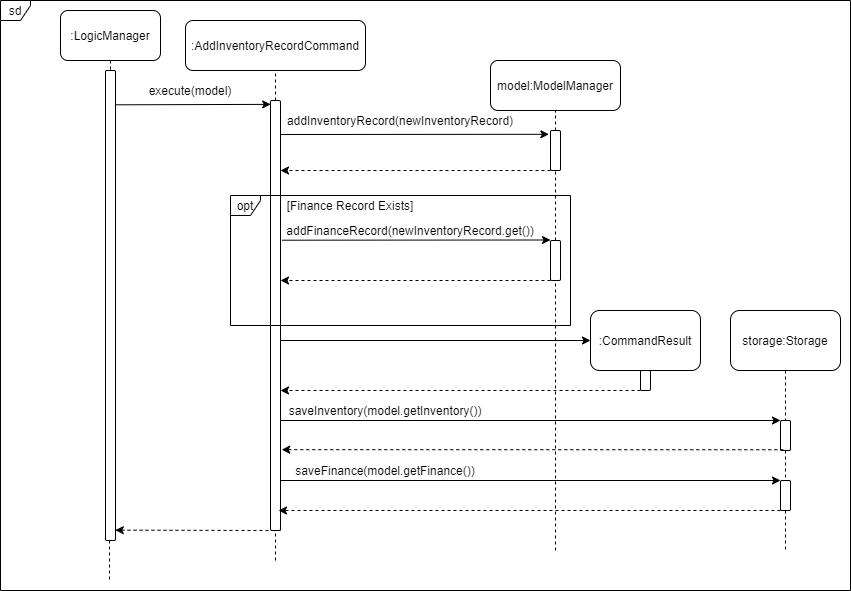
This is docs/images/InventoryCommandExecuteSequence.png from nus-cs2103-AY2021S1/tp, a draw.io export, as it was before one commit. Source tidied: cells renumbered, new cells last; positions are measured from the earlier drawing's top-left corner, leaving out a move shared by most shapes.
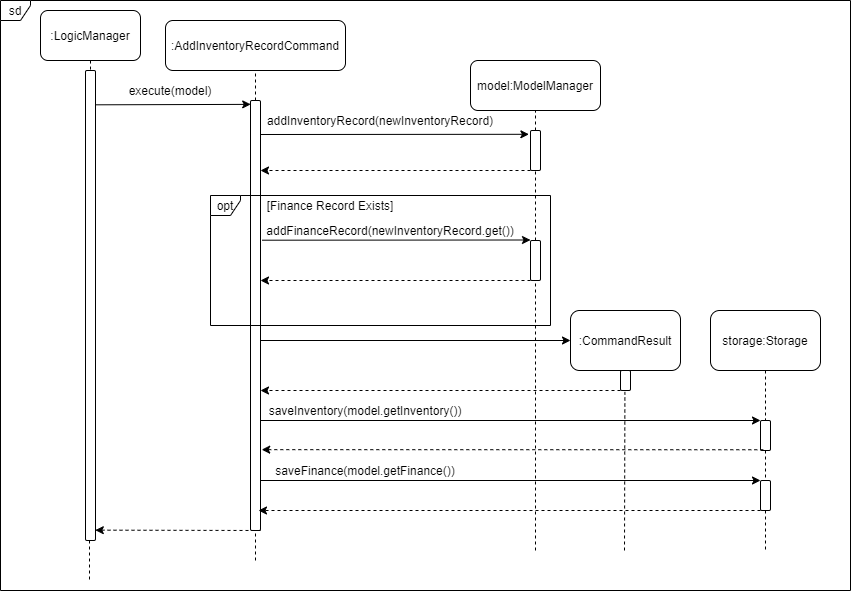
The same diagram one commit later.

The edit, as a diff of the source:
```diff
@@ -111,7 +111,7 @@
       </mxGeometry>
     </mxCell>
     <mxCell id="30" value="sd" style="shape=umlFrame;whiteSpace=wrap;html=1;rounded=1;width=30;height=20;" parent="1" vertex="1">
-      <mxGeometry width="850" height="590" as="geometry" />
+      <mxGeometry x="20" width="850" height="590" as="geometry" />
     </mxCell>
     <mxCell id="31" style="endArrow=classic;html=1;" parent="1" edge="1">
       <mxGeometry relative="1" as="geometry">
@@ -165,5 +165,10 @@
         <mxPoint x="280" y="530" as="sourcePoint" />
       </mxGeometry>
     </mxCell>
+    <mxCell id="44" style="endArrow=none;dashed=1;html=1;entryX=0.44;entryY=1.07;entryDx=0;entryDy=0;entryPerimeter=0;" parent="1" edge="1" target="28">
+      <mxGeometry relative="1" as="geometry">
+        <mxPoint x="644" y="550" as="sourcePoint" />
+      </mxGeometry>
+    </mxCell>
   </root>
 </mxGraphModel>
```
